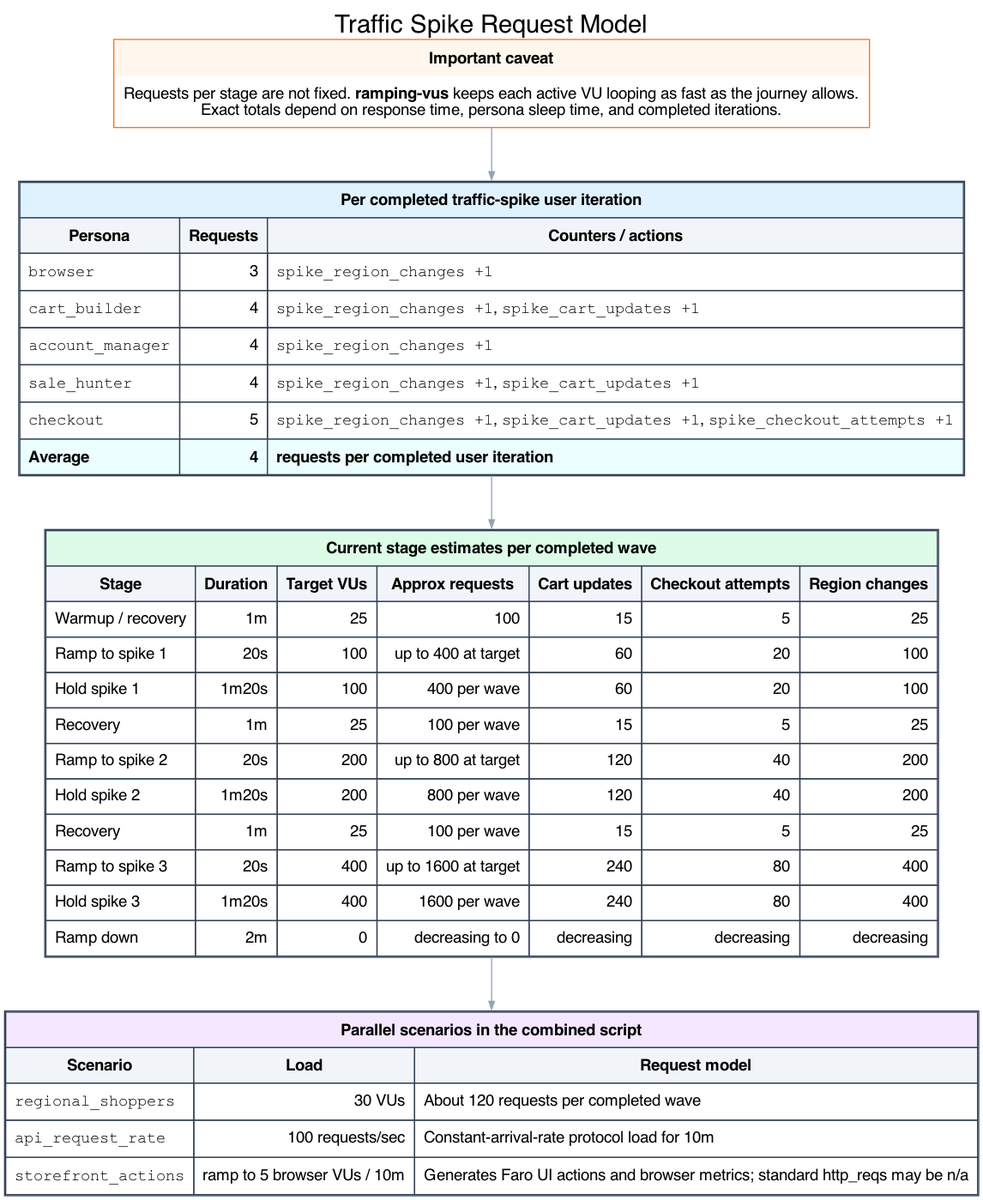
Before: docs/graphviz/traffic-spike-request-tables.png, a diagram exported from Graphviz (orenlion1/ensemble-retail). Its source is kept beside it as docs/graphviz/traffic-spike-request-tables.dot.
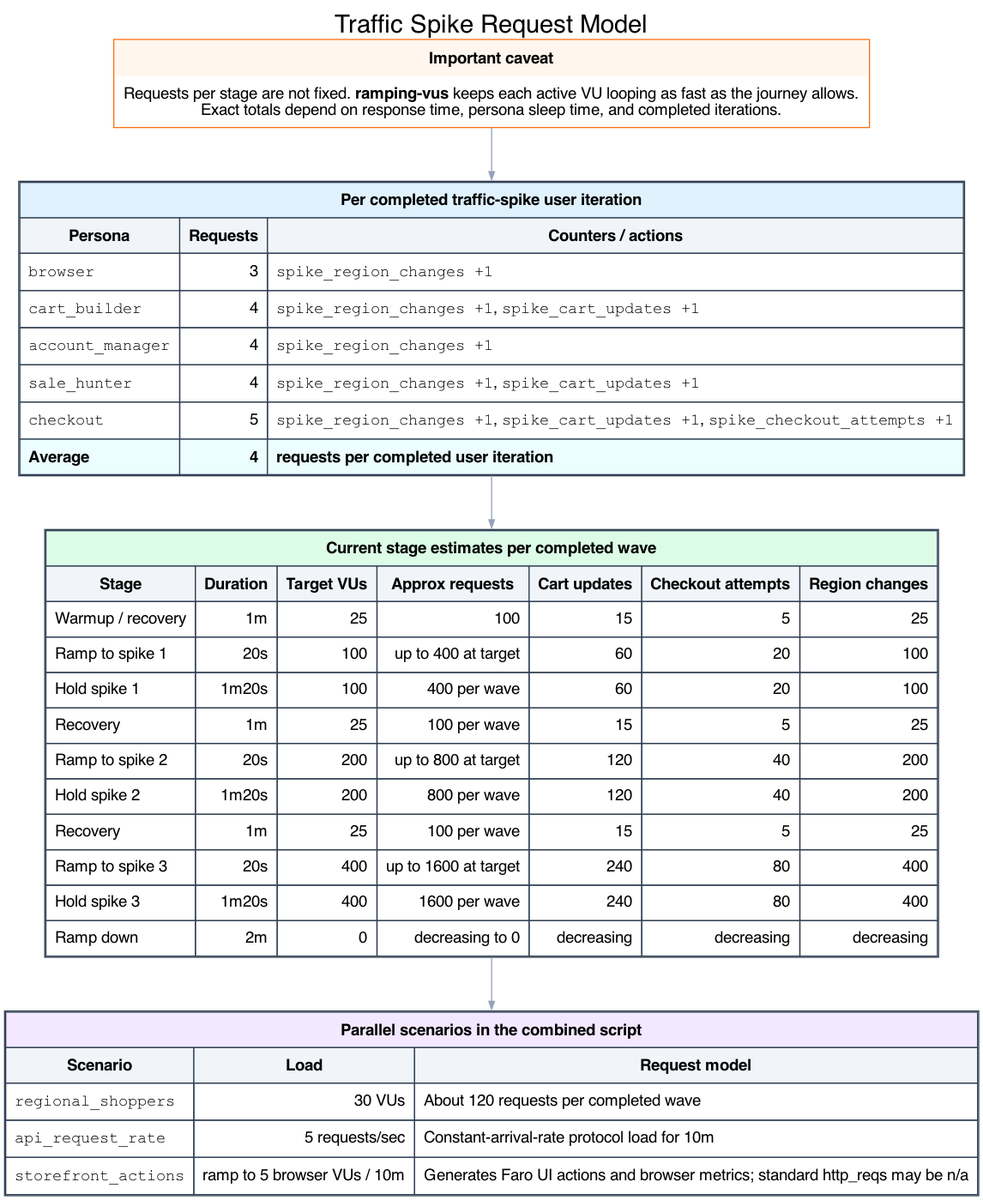
Later version of the same file.

What changed in the source:
```diff
@@ -23,7 +23,7 @@
       <TR><TD ALIGN="LEFT">Ramp down</TD><TD ALIGN="RIGHT">2m</TD><TD ALIGN="RIGHT">0</TD><TD ALIGN="RIGHT">decreasing to 0</TD><TD ALIGN="RIGHT">decreasing</TD><TD ALIGN="RIGHT">decreasing</TD><TD ALIGN="RIGHT">decreasing</TD></TR></TABLE>
   >];
   parallel_table [label=<
-    <TABLE BORDER="1" CELLBORDER="1" CELLSPACING="0" CELLPADDING="7" COLOR="#334155"><TR><TD COLSPAN="3" BGCOLOR="#f3e8ff"><B>Parallel scenarios in the combined script</B></TD></TR><TR><TD BGCOLOR="#f1f5f9"><B>Scenario</B></TD><TD BGCOLOR="#f1f5f9"><B>Load</B></TD><TD BGCOLOR="#f1f5f9"><B>Request model</B></TD></TR><TR><TD ALIGN="LEFT"><FONT FACE="Courier">regional_shoppers</FONT></TD><TD ALIGN="RIGHT">30 VUs</TD><TD ALIGN="LEFT">About 120 requests per completed wave</TD></TR><TR><TD ALIGN="LEFT"><FONT FACE="Courier">api_request_rate</FONT></TD><TD ALIGN="RIGHT">100 requests/sec</TD><TD ALIGN="LEFT">Constant-arrival-rate protocol load for 10m</TD></TR><TR><TD ALIGN="LEFT"><FONT FACE="Courier">storefront_actions</FONT></TD><TD ALIGN="RIGHT">ramp to 5 browser VUs / 10m</TD><TD ALIGN="LEFT">Generates Faro UI actions and browser metrics; standard http_reqs may be n/a</TD></TR></TABLE>
+    <TABLE BORDER="1" CELLBORDER="1" CELLSPACING="0" CELLPADDING="7" COLOR="#334155"><TR><TD COLSPAN="3" BGCOLOR="#f3e8ff"><B>Parallel scenarios in the combined script</B></TD></TR><TR><TD BGCOLOR="#f1f5f9"><B>Scenario</B></TD><TD BGCOLOR="#f1f5f9"><B>Load</B></TD><TD BGCOLOR="#f1f5f9"><B>Request model</B></TD></TR><TR><TD ALIGN="LEFT"><FONT FACE="Courier">regional_shoppers</FONT></TD><TD ALIGN="RIGHT">30 VUs</TD><TD ALIGN="LEFT">About 120 requests per completed wave</TD></TR><TR><TD ALIGN="LEFT"><FONT FACE="Courier">api_request_rate</FONT></TD><TD ALIGN="RIGHT">5 requests/sec</TD><TD ALIGN="LEFT">Constant-arrival-rate protocol load for 10m</TD></TR><TR><TD ALIGN="LEFT"><FONT FACE="Courier">storefront_actions</FONT></TD><TD ALIGN="RIGHT">ramp to 5 browser VUs / 10m</TD><TD ALIGN="LEFT">Generates Faro UI actions and browser metrics; standard http_reqs may be n/a</TD></TR></TABLE>
   >];
 
   caveat -> persona_table -> stage_table -> parallel_table;
```
